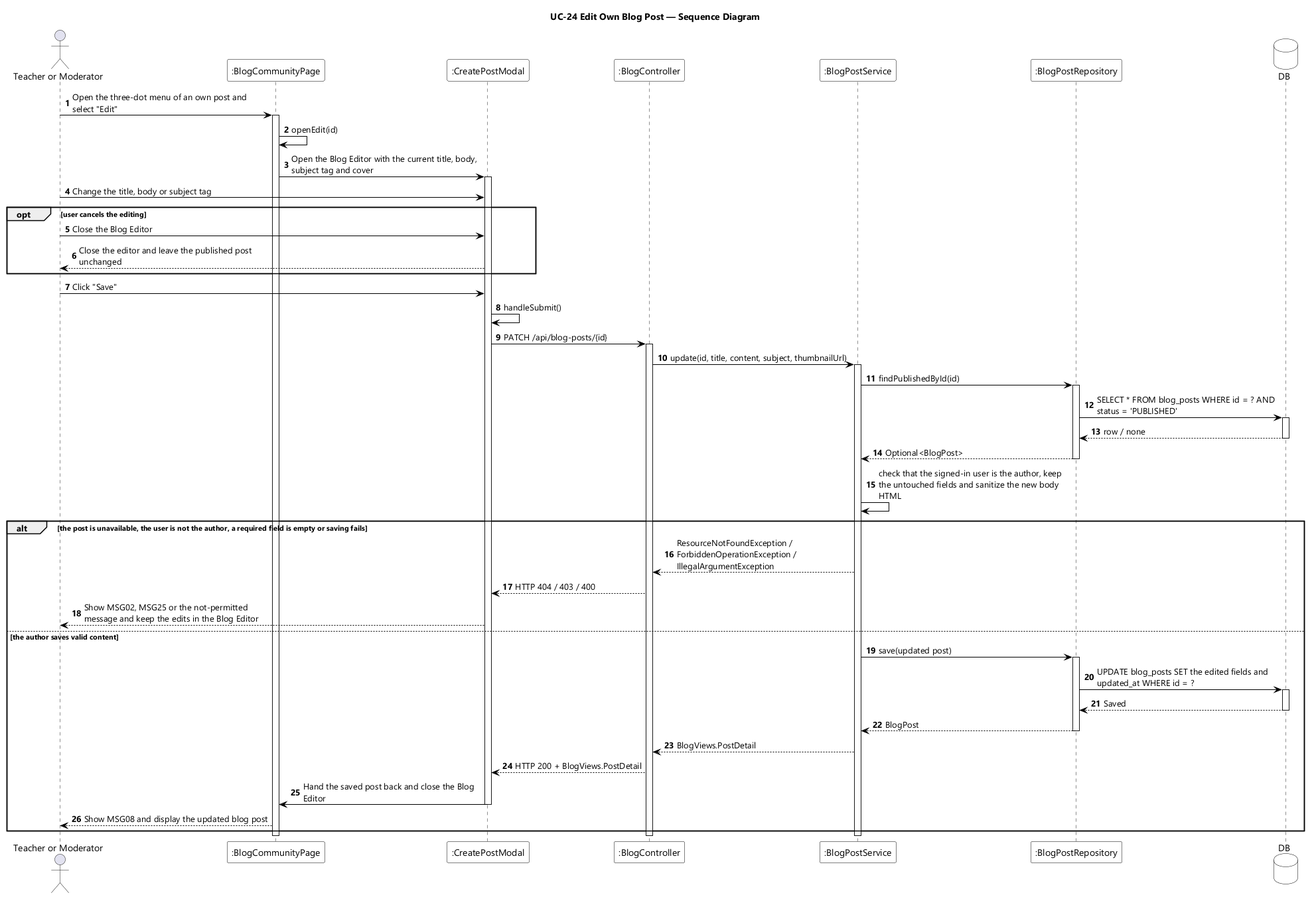
This is designs/sds-diagrams/uc24/uc24-sequence-diagram.png from EduA-system/EduA-system, a PlantUML export, as it was before one commit.
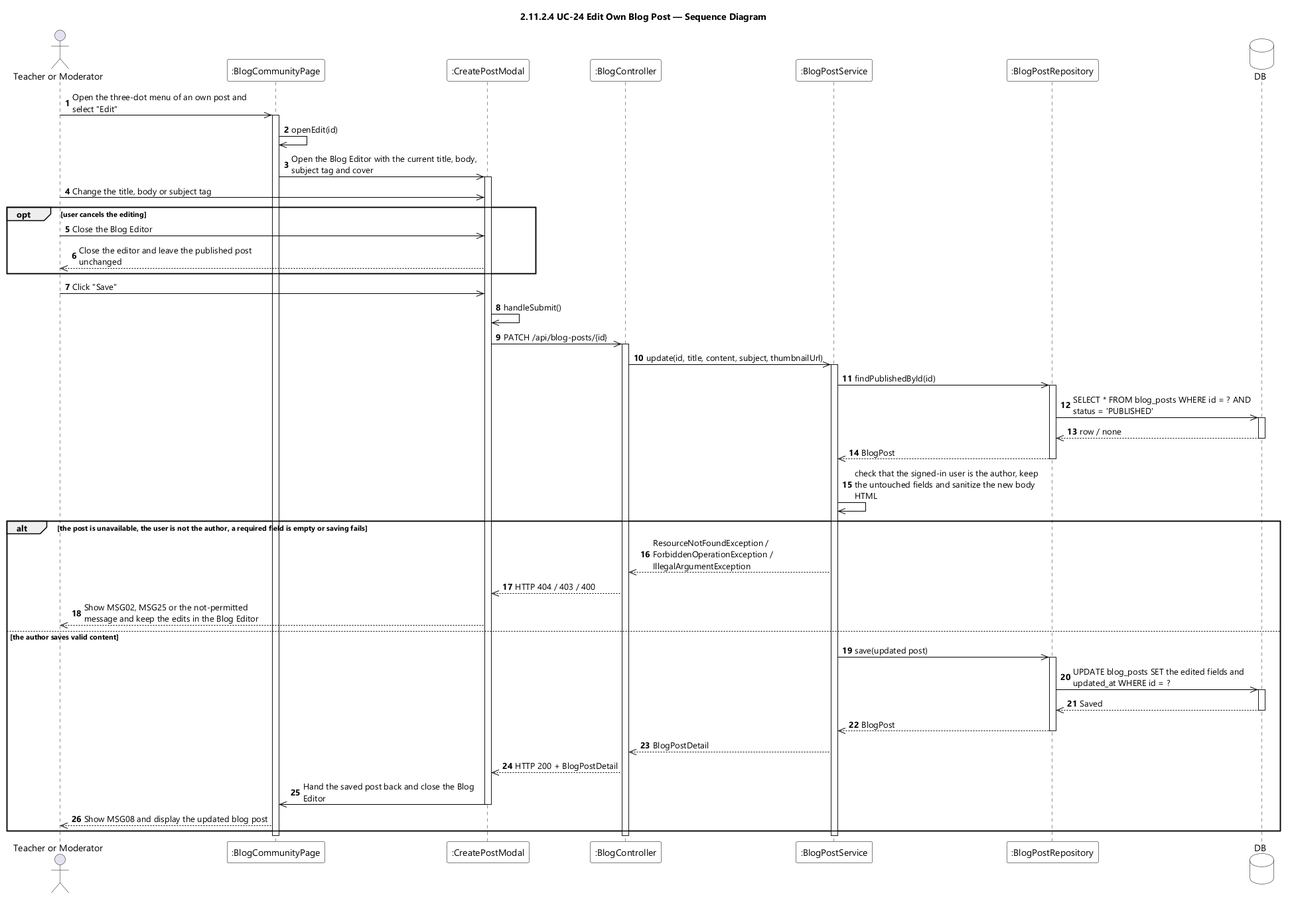
After the commit.

Change to the diagram source:
```diff
@@ -9,7 +9,7 @@
 skinparam ArrowColor #000000
 skinparam sequenceMessageAlign left
 skinparam maxMessageSize 280
-title UC-24 Edit Own Blog Post — Sequence Diagram
+title 2.11.2.4 UC-24 Edit Own Blog Post — Sequence Diagram
 
 actor "Teacher or Moderator" as User
 participant ":BlogCommunityPage" as UI
@@ -20,53 +20,53 @@
 database DB
 
 autonumber
-User -> UI : Open the three-dot menu of an own post and select "Edit"
+User ->> UI : Open the three-dot menu of an own post and select "Edit"
 activate UI
-UI -> UI : openEdit(id)
-UI -> EDITOR : Open the Blog Editor with the current title, body, subject tag and cover
+UI ->> UI : openEdit(id)
+UI ->> EDITOR : Open the Blog Editor with the current title, body, subject tag and cover
 activate EDITOR
-User -> EDITOR : Change the title, body or subject tag
+User ->> EDITOR : Change the title, body or subject tag
 
 opt user cancels the editing
-  User -> EDITOR : Close the Blog Editor
-  EDITOR --> User : Close the editor and leave the published post unchanged
+  User ->> EDITOR : Close the Blog Editor
+  EDITOR -->> User : Close the editor and leave the published post unchanged
 end
 
-User -> EDITOR : Click "Save"
-EDITOR -> EDITOR : handleSubmit()
-EDITOR -> CTL : PATCH /api/blog-posts/{id}
+User ->> EDITOR : Click "Save"
+EDITOR ->> EDITOR : handleSubmit()
+EDITOR ->> CTL : PATCH /api/blog-posts/{id}
 activate CTL
-CTL -> SVC : update(id, title, content, subject, thumbnailUrl)
+CTL ->> SVC : update(id, title, content, subject, thumbnailUrl)
 activate SVC
-SVC -> POSTS : findPublishedById(id)
+SVC ->> POSTS : findPublishedById(id)
 activate POSTS
-POSTS -> DB : SELECT * FROM blog_posts WHERE id = ? AND status = 'PUBLISHED'
+POSTS ->> DB : SELECT * FROM blog_posts WHERE id = ? AND status = 'PUBLISHED'
 activate DB
-DB --> POSTS : row / none
+DB -->> POSTS : row / none
 deactivate DB
-POSTS --> SVC : Optional<BlogPost>
+POSTS -->> SVC : BlogPost
 deactivate POSTS
-SVC -> SVC : check that the signed-in user is the author, keep the untouched fields and sanitize the new body HTML
+SVC ->> SVC : check that the signed-in user is the author, keep the untouched fields and sanitize the new body HTML
 
 alt the post is unavailable, the user is not the author, a required field is empty or saving fails
-  SVC --> CTL : ResourceNotFoundException / ForbiddenOperationException / IllegalArgumentException
-  CTL --> EDITOR : HTTP 404 / 403 / 400
-  EDITOR --> User : Show MSG02, MSG25 or the not-permitted message and keep the edits in the Blog Editor
+  SVC -->> CTL : ResourceNotFoundException / ForbiddenOperationException / IllegalArgumentException
+  CTL -->> EDITOR : HTTP 404 / 403 / 400
+  EDITOR -->> User : Show MSG02, MSG25 or the not-permitted message and keep the edits in the Blog Editor
 
 else the author saves valid content
-  SVC -> POSTS : save(updated post)
+  SVC ->> POSTS : save(updated post)
   activate POSTS
-  POSTS -> DB : UPDATE blog_posts SET the edited fields and updated_at WHERE id = ?
+  POSTS ->> DB : UPDATE blog_posts SET the edited fields and updated_at WHERE id = ?
   activate DB
-  DB --> POSTS : Saved
+  DB -->> POSTS : Saved
   deactivate DB
-  POSTS --> SVC : BlogPost
+  POSTS -->> SVC : BlogPost
   deactivate POSTS
-  SVC --> CTL : BlogViews.PostDetail
-  CTL --> EDITOR : HTTP 200 + BlogViews.PostDetail
-  EDITOR -> UI : Hand the saved post back and close the Blog Editor
+  SVC -->> CTL : BlogPostDetail
+  CTL -->> EDITOR : HTTP 200 + BlogPostDetail
+  EDITOR ->> UI : Hand the saved post back and close the Blog Editor
   deactivate EDITOR
-  UI --> User : Show MSG08 and display the updated blog post
+  UI -->> User : Show MSG08 and display the updated blog post
 end
 deactivate SVC
 deactivate CTL
```
